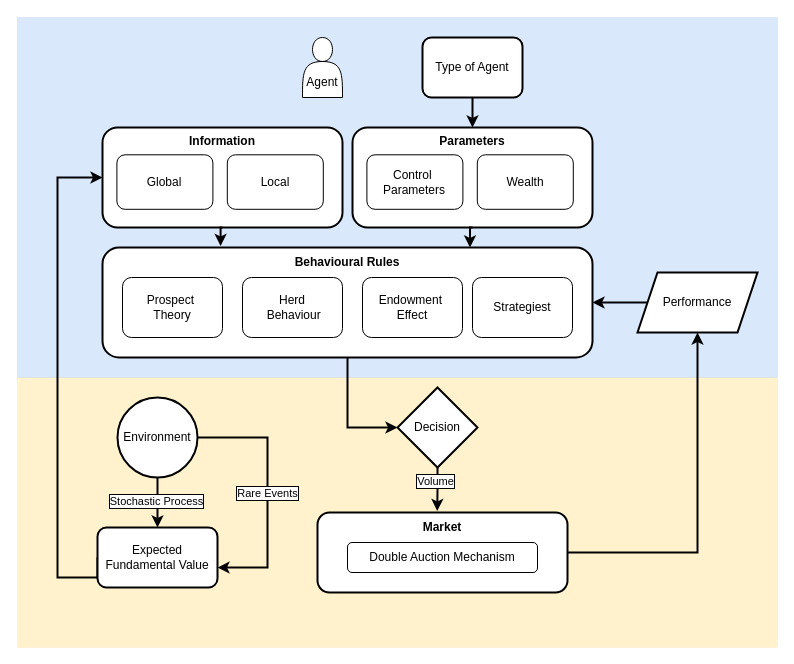
Earlier version of the draw.io diagram Untitled Diagram.drawio (JustSimpleLucas/agent-based-modelling-behavioural-fianance). Source tidied: cells renumbered, new cells numbered last; positions are measured from the earlier drawing's top-left corner, leaving out a move shared by most shapes. Both pictures are drawn from the tidied source at 100%, with x=0, y=0 at pixel (17, 17).
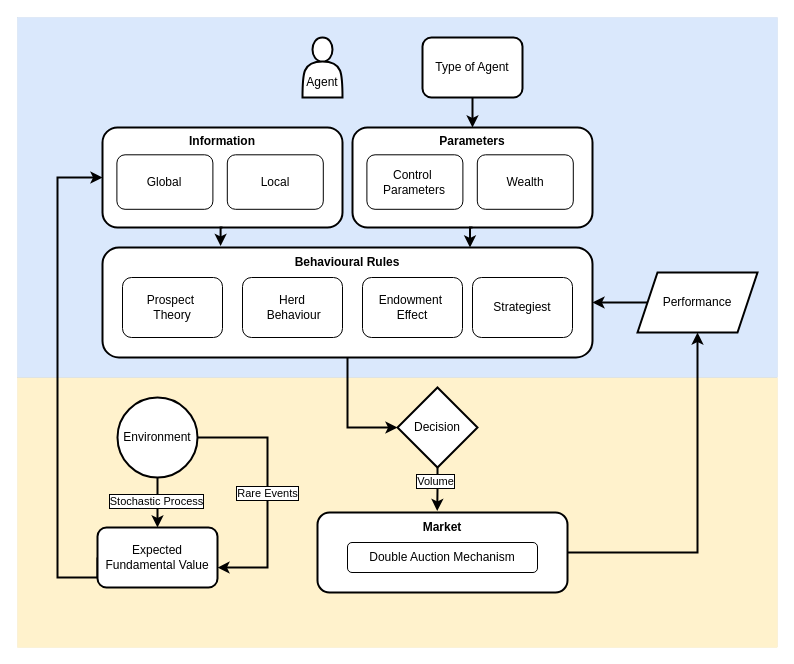
The same diagram, later.

The edit, as a diff of the source:
```diff
@@
-    <mxCell id="45" value="&lt;div&gt;&lt;br&gt;&lt;/div&gt;&lt;div&gt;&lt;br&gt;&lt;/div&gt;&lt;div&gt;Agent&lt;/div&gt;" style="shape=actor;whiteSpace=wrap;html=1;" parent="1" vertex="1">
+    <mxCell id="45" value="&lt;div&gt;&lt;br&gt;&lt;/div&gt;&lt;div&gt;&lt;br&gt;&lt;/div&gt;&lt;div&gt;Agent&lt;/div&gt;" style="shape=actor;whiteSpace=wrap;html=1;strokeWidth=2;" parent="1" vertex="1">
       <mxGeometry x="285" y="20" width="40" height="60" as="geometry" />
     </mxCell>
```
